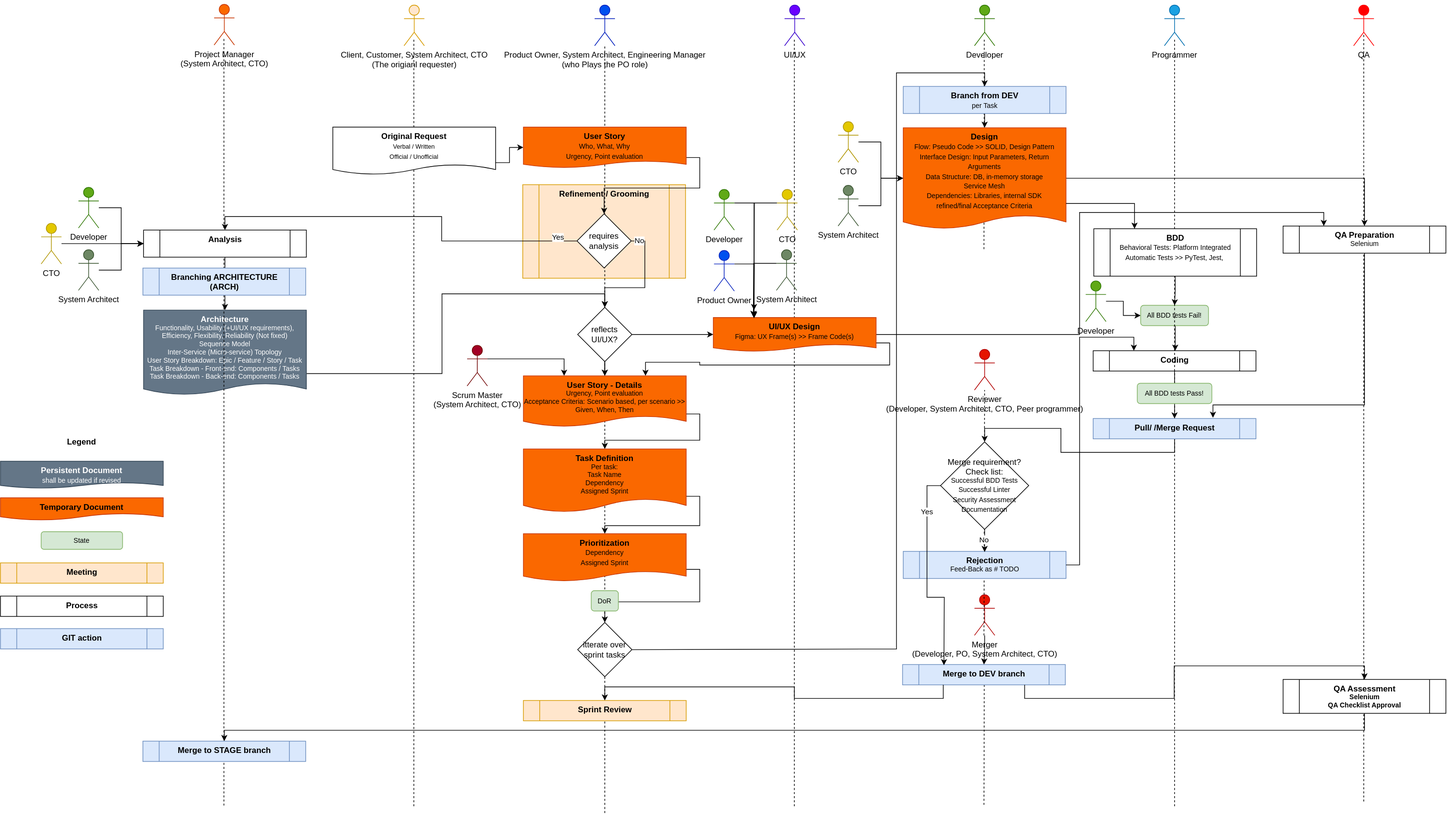
This is DevelopFeatureWorkflow/Feature Development Workflow.0.1.svg from b-raisdana/Schedular, a draw.io export, as it was before one commit. Source tidied: cells renumbered, new cells last; positions are measured from the earlier drawing's top-left corner, leaving out a move shared by most shapes.
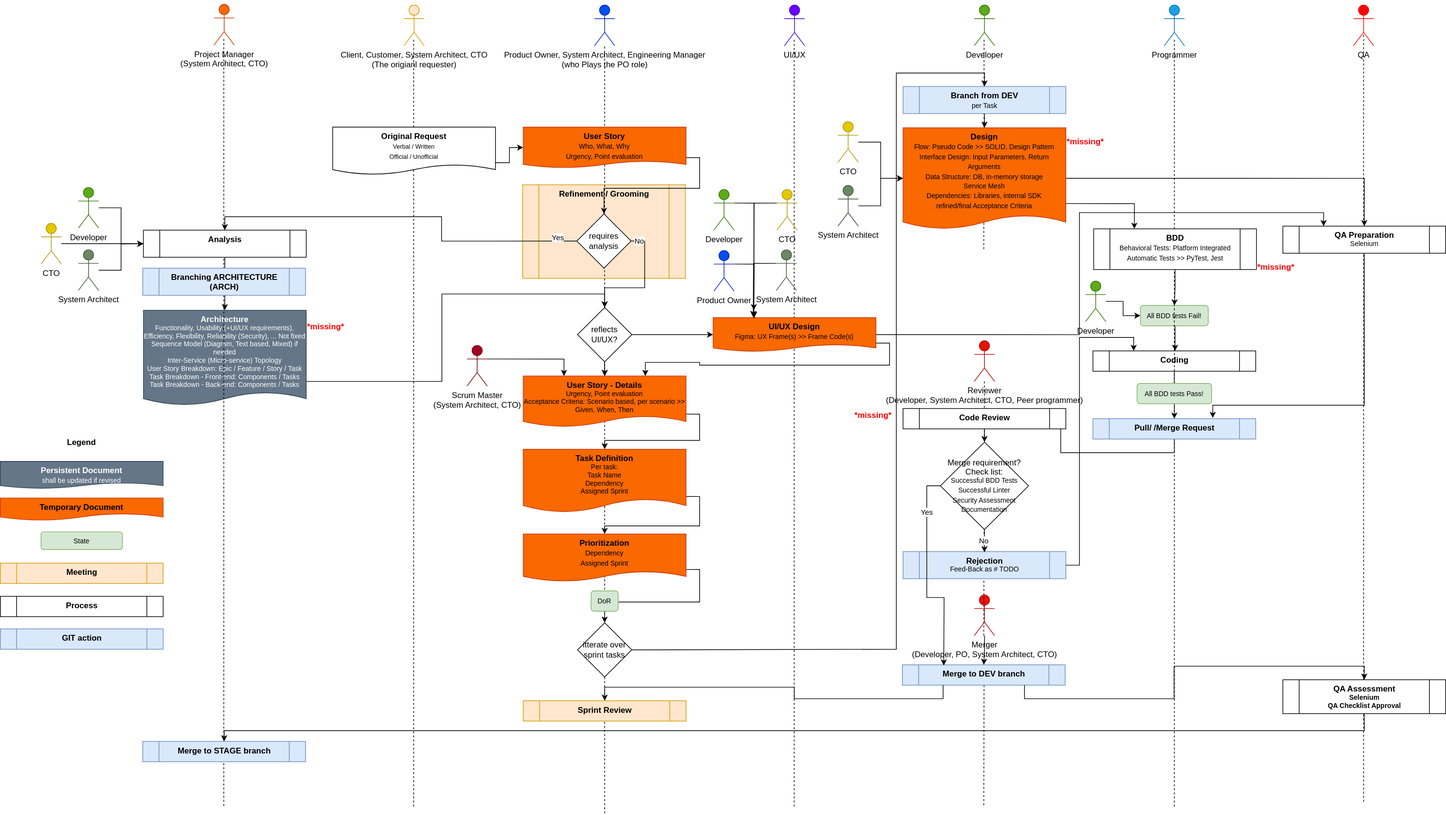
The same diagram one commit later.

Change to the diagram source:
```diff
@@ -64,7 +64,7 @@
       </mxGeometry>
     </mxCell>
     <mxCell id="19" value="Reviewer&lt;div&gt;(Developer, System Architect, CTO, Peer programmer)&lt;/div&gt;" style="shape=umlActor;verticalLabelPosition=bottom;verticalAlign=top;html=1;outlineConnect=0;fillColor=#e51400;fontColor=#000000;strokeColor=#B20000;" parent="17" vertex="1">
-      <mxGeometry width="30" height="60" as="geometry" />
+      <mxGeometry y="-13" width="30" height="60" as="geometry" />
     </mxCell>
     <mxCell id="20" value="&lt;div style=&quot;&quot;&gt;&lt;div style=&quot;&quot;&gt;&lt;div style=&quot;border-color: var(--border-color); font-size: 12px;&quot;&gt;&lt;div style=&quot;border-color: var(--border-color);&quot;&gt;&lt;b style=&quot;border-color: var(--border-color);&quot;&gt;Rejection&lt;/b&gt;&lt;/div&gt;&lt;div style=&quot;border-color: var(--border-color); font-size: 10px;&quot;&gt;&lt;span style=&quot;border-color: var(--border-color);&quot;&gt;Feed-Back&amp;nbsp;&lt;/span&gt;&lt;span style=&quot;border-color: var(--border-color); background-color: initial;&quot;&gt;as # TODO&lt;/span&gt;&lt;/div&gt;&lt;/div&gt;&lt;/div&gt;&lt;/div&gt;" style="shape=process;whiteSpace=wrap;html=1;backgroundOutline=1;fontSize=9;fixedWidth=1;verticalAlign=top;fillColor=#dae8fc;strokeColor=#6c8ebf;" parent="17" vertex="1">
       <mxGeometry x="-105" y="298" width="240" height="40" as="geometry" />
@@ -319,8 +319,8 @@
     <mxCell id="85" value="&lt;b&gt;&lt;font style=&quot;font-size: 12px;&quot;&gt;Sprint Review&lt;/font&gt;&lt;/b&gt;" style="shape=process;whiteSpace=wrap;html=1;backgroundOutline=1;fontSize=9;fixedWidth=1;verticalAlign=top;fontFamily=Helvetica;fillColor=#ffe6cc;strokeColor=#d79b00;" parent="1" vertex="1">
       <mxGeometry x="771" y="1033" width="240" height="30" as="geometry" />
     </mxCell>
-    <mxCell id="86" value="&lt;div style=&quot;line-height: 120%;&quot;&gt;&lt;span style=&quot;background-color: initial;&quot;&gt;&lt;b&gt;Architecture&lt;/b&gt;&lt;/span&gt;&lt;/div&gt;&lt;div style=&quot;font-size: 10px; line-height: 120%;&quot;&gt;&lt;font style=&quot;font-size: 10px;&quot;&gt;&lt;span style=&quot;background-color: initial;&quot;&gt;Functionality, Usability (+UI/UX requirements), Efficiency, Flexibility, Reliability (Not fixed)&lt;/span&gt;&lt;br&gt;&lt;/font&gt;&lt;/div&gt;&lt;div style=&quot;font-size: 10px; line-height: 120%;&quot;&gt;&lt;font style=&quot;font-size: 10px;&quot;&gt;&lt;span style=&quot;background-color: initial;&quot;&gt;Sequence Model&lt;/span&gt;&lt;/font&gt;&lt;/div&gt;&lt;div style=&quot;font-size: 10px; line-height: 120%;&quot;&gt;&lt;div style=&quot;line-height: 120%;&quot;&gt;&lt;span style=&quot;line-height: 9.63px;&quot;&gt;&lt;font style=&quot;font-size: 10px;&quot;&gt;&lt;div style=&quot;line-height: 120%;&quot;&gt;Inter-Service (Micro-service) Topology&lt;/div&gt;&lt;div style=&quot;line-height: 120%;&quot;&gt;User Story Breakdown: Epic / Feature / Story / Task&lt;/div&gt;&lt;div style=&quot;line-height: 120%;&quot;&gt;&lt;div style=&quot;line-height: 120%;&quot;&gt;&lt;span style=&quot;line-height: 9.63px;&quot;&gt;Task Breakdown - Front-end:&amp;nbsp;Components / Tasks&lt;/span&gt;&lt;/div&gt;&lt;/div&gt;&lt;div style=&quot;line-height: 120%;&quot;&gt;&lt;span style=&quot;line-height: 9.63px;&quot;&gt;Task Breakdown - Back-end:&amp;nbsp;Components / Tasks&lt;/span&gt;&lt;/div&gt;&lt;/font&gt;&lt;/span&gt;&lt;/div&gt;&lt;/div&gt;" style="shape=document;whiteSpace=wrap;html=1;boundedLbl=1;size=0.13636363636363635;fixedWidth=1;verticalAlign=top;fillColor=#647687;fontColor=#ffffff;strokeColor=#314354;" parent="1" vertex="1">
-      <mxGeometry x="211" y="457" width="240" height="125" as="geometry" />
+    <mxCell id="86" value="&lt;div style=&quot;line-height: 120%;&quot;&gt;&lt;span style=&quot;background-color: initial;&quot;&gt;&lt;b&gt;Architecture&lt;/b&gt;&lt;/span&gt;&lt;/div&gt;&lt;div style=&quot;font-size: 10px; line-height: 120%;&quot;&gt;&lt;font style=&quot;font-size: 10px;&quot;&gt;&lt;span style=&quot;background-color: initial;&quot;&gt;Functionality, Usability (+UI/UX requirements), Efficiency, Flexibility, Reliability (Security), ... Not fixed&lt;/span&gt;&lt;br&gt;&lt;/font&gt;&lt;/div&gt;&lt;div style=&quot;font-size: 10px; line-height: 120%;&quot;&gt;&lt;font style=&quot;font-size: 10px;&quot;&gt;&lt;span style=&quot;background-color: initial;&quot;&gt;Sequence Model (Diagram, Text based, Mixed) if needed&lt;/span&gt;&lt;/font&gt;&lt;/div&gt;&lt;div style=&quot;font-size: 10px; line-height: 120%;&quot;&gt;&lt;div style=&quot;line-height: 120%;&quot;&gt;&lt;span style=&quot;line-height: 9.63px;&quot;&gt;&lt;font style=&quot;font-size: 10px;&quot;&gt;&lt;div style=&quot;line-height: 120%;&quot;&gt;Inter-Service (Micro-service) Topology&lt;/div&gt;&lt;div style=&quot;line-height: 120%;&quot;&gt;User Story Breakdown: Epic / Feature / Story / Task&lt;/div&gt;&lt;div style=&quot;line-height: 120%;&quot;&gt;&lt;div style=&quot;line-height: 120%;&quot;&gt;&lt;span style=&quot;line-height: 9.63px;&quot;&gt;Task Breakdown - Front-end:&amp;nbsp;Components / Tasks&lt;/span&gt;&lt;/div&gt;&lt;/div&gt;&lt;div style=&quot;line-height: 120%;&quot;&gt;&lt;span style=&quot;line-height: 9.63px;&quot;&gt;Task Breakdown - Back-end:&amp;nbsp;Components / Tasks&lt;/span&gt;&lt;/div&gt;&lt;/font&gt;&lt;/span&gt;&lt;/div&gt;&lt;/div&gt;" style="shape=document;whiteSpace=wrap;html=1;boundedLbl=1;size=0.13636363636363635;fixedWidth=1;verticalAlign=top;fillColor=#647687;fontColor=#ffffff;strokeColor=#314354;" parent="1" vertex="1">
+      <mxGeometry x="211" y="457" width="240" height="140" as="geometry" />
     </mxCell>
     <mxCell id="87" style="edgeStyle=orthogonalEdgeStyle;rounded=0;jettySize=auto;html=1;exitX=0.5;exitY=1;exitDx=0;exitDy=0;entryX=0.5;entryY=0;entryDx=0;entryDy=0;" parent="1" edge="1" source="90" target="86">
       <mxGeometry relative="1" as="geometry" />
@@ -394,8 +394,8 @@
     <mxCell id="108" value="&lt;span style=&quot;font-size: x-small;&quot;&gt;All BDD tests Pass!&lt;/span&gt;" style="rounded=1;whiteSpace=wrap;html=1;fillColor=#d5e8d4;strokeColor=#82b366;" parent="105" vertex="1">
       <mxGeometry x="-40" y="558" width="110" height="30" as="geometry" />
     </mxCell>
-    <mxCell id="109" value="&lt;div style=&quot;&quot;&gt;&lt;div style=&quot;font-size: 12px;&quot;&gt;&lt;div style=&quot;border-color: var(--border-color);&quot;&gt;&lt;b style=&quot;border-color: var(--border-color);&quot;&gt;BDD&lt;/b&gt;&lt;/div&gt;&lt;div style=&quot;border-color: var(--border-color);&quot;&gt;&lt;span style=&quot;border-color: var(--border-color); background-color: initial; font-size: x-small;&quot;&gt;Behavioral Tests: Platform Integrated Automatic Tests &amp;gt;&amp;gt; PyTest, Jest,&amp;nbsp;&lt;/span&gt;&lt;br style=&quot;border-color: var(--border-color);&quot;&gt;&lt;/div&gt;&lt;div style=&quot;border-color: var(--border-color);&quot;&gt;&lt;br style=&quot;border-color: var(--border-color);&quot;&gt;&lt;/div&gt;&lt;/div&gt;&lt;/div&gt;" style="shape=process;whiteSpace=wrap;html=1;backgroundOutline=1;fontSize=9;fixedWidth=1;verticalAlign=top;" parent="105" vertex="1">
-      <mxGeometry x="-104" y="330" width="240" height="70" as="geometry" />
+    <mxCell id="109" value="&lt;div style=&quot;&quot;&gt;&lt;div style=&quot;font-size: 12px;&quot;&gt;&lt;div style=&quot;border-color: var(--border-color);&quot;&gt;&lt;b style=&quot;border-color: var(--border-color);&quot;&gt;BDD&lt;/b&gt;&lt;/div&gt;&lt;div style=&quot;border-color: var(--border-color);&quot;&gt;&lt;span style=&quot;border-color: var(--border-color); background-color: initial; font-size: x-small;&quot;&gt;Behavioral Tests: Platform Integrated Automatic Tests &amp;gt;&amp;gt; PyTest, Jest&lt;/span&gt;&lt;/div&gt;&lt;/div&gt;&lt;/div&gt;" style="shape=process;whiteSpace=wrap;html=1;backgroundOutline=1;fontSize=9;fixedWidth=1;verticalAlign=top;" parent="105" vertex="1">
+      <mxGeometry x="-104" y="330" width="240" height="60" as="geometry" />
     </mxCell>
     <mxCell id="110" value="&lt;div style=&quot;&quot;&gt;&lt;div style=&quot;&quot;&gt;&lt;div style=&quot;border-color: var(--border-color); font-size: 12px;&quot;&gt;&lt;b style=&quot;border-color: var(--border-color);&quot;&gt;Pull/ /Merge Request&lt;/b&gt;&lt;/div&gt;&lt;/div&gt;&lt;/div&gt;" style="shape=process;whiteSpace=wrap;html=1;backgroundOutline=1;fontSize=9;fixedWidth=1;verticalAlign=top;fillColor=#dae8fc;strokeColor=#6c8ebf;" parent="105" vertex="1">
       <mxGeometry x="-105" y="610" width="240" height="30" as="geometry" />
@@ -428,5 +428,20 @@
     <mxCell id="118" value="System Architect&lt;div&gt;&lt;/div&gt;" style="shape=umlActor;verticalLabelPosition=bottom;verticalAlign=top;html=1;outlineConnect=0;fillColor=#6d8764;fontColor=#000000;strokeColor=#3A5431;" parent="1" vertex="1">
       <mxGeometry x="1144" y="367.9" width="30" height="60" as="geometry" />
     </mxCell>
+    <mxCell id="119" value="*missing*" style="text;html=1;strokeColor=none;fillColor=none;align=center;verticalAlign=middle;whiteSpace=wrap;rounded=0;fontColor=#FF0000;fontStyle=1;" parent="1" vertex="1">
+      <mxGeometry x="1570" y="194" width="60" height="30" as="geometry" />
+    </mxCell>
+    <mxCell id="120" value="*missing*" style="text;html=1;strokeColor=none;fillColor=none;align=center;verticalAlign=middle;whiteSpace=wrap;rounded=0;fontColor=#FF0000;fontStyle=1;" parent="1" vertex="1">
+      <mxGeometry x="1851" y="378.9" width="60" height="30" as="geometry" />
+    </mxCell>
+    <mxCell id="121" value="*missing*" style="text;html=1;strokeColor=none;fillColor=none;align=center;verticalAlign=middle;whiteSpace=wrap;rounded=0;fontStyle=1;fontColor=#FF0000;" parent="1" vertex="1">
+      <mxGeometry x="1257" y="597" width="60" height="30" as="geometry" />
+    </mxCell>
+    <mxCell id="122" value="&lt;div style=&quot;&quot;&gt;&lt;div style=&quot;font-size: 12px;&quot;&gt;&lt;span style=&quot;background-color: initial;&quot;&gt;&lt;b&gt;Code Review&lt;/b&gt;&lt;/span&gt;&lt;/div&gt;&lt;/div&gt;" style="shape=process;whiteSpace=wrap;html=1;backgroundOutline=1;fontSize=9;fixedWidth=1;verticalAlign=top;" parent="1" vertex="1">
+      <mxGeometry x="1331" y="602" width="240" height="30" as="geometry" />
+    </mxCell>
+    <mxCell id="123" value="*missing*" style="text;html=1;strokeColor=none;fillColor=none;align=center;verticalAlign=middle;whiteSpace=wrap;rounded=0;fontStyle=1;fontColor=#FF0000;" parent="1" vertex="1">
+      <mxGeometry x="450" y="467" width="60" height="30" as="geometry" />
+    </mxCell>
   </root>
 </mxGraphModel>
```
